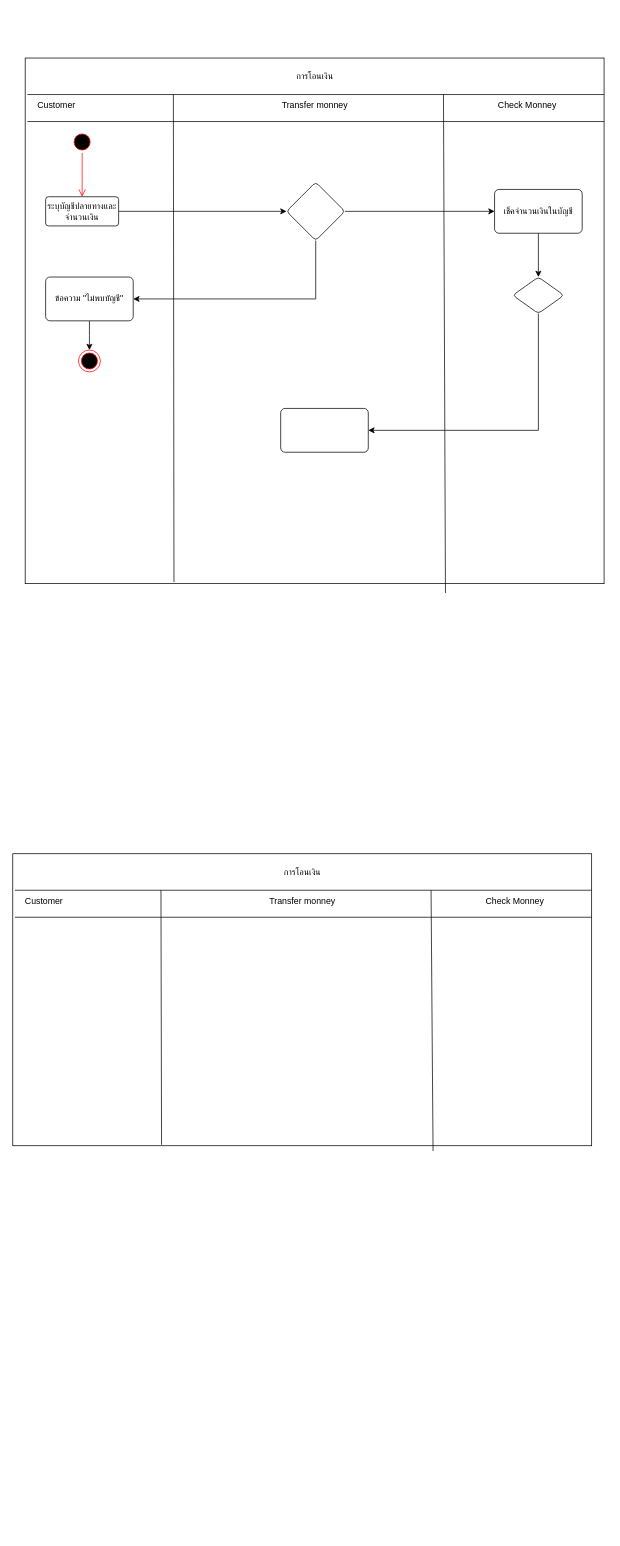
This is OOSELab4_Activity.drawio from Supatchai2003/OOSE-, a draw.io file, before an edit. Source tidied: cells renumbered, new cells numbered last; positions are measured from the earlier drawing's top-left corner, leaving out a move shared by most shapes. Both pictures are drawn from the tidied source at 73%, with x=0, y=0 at pixel (12, 58).
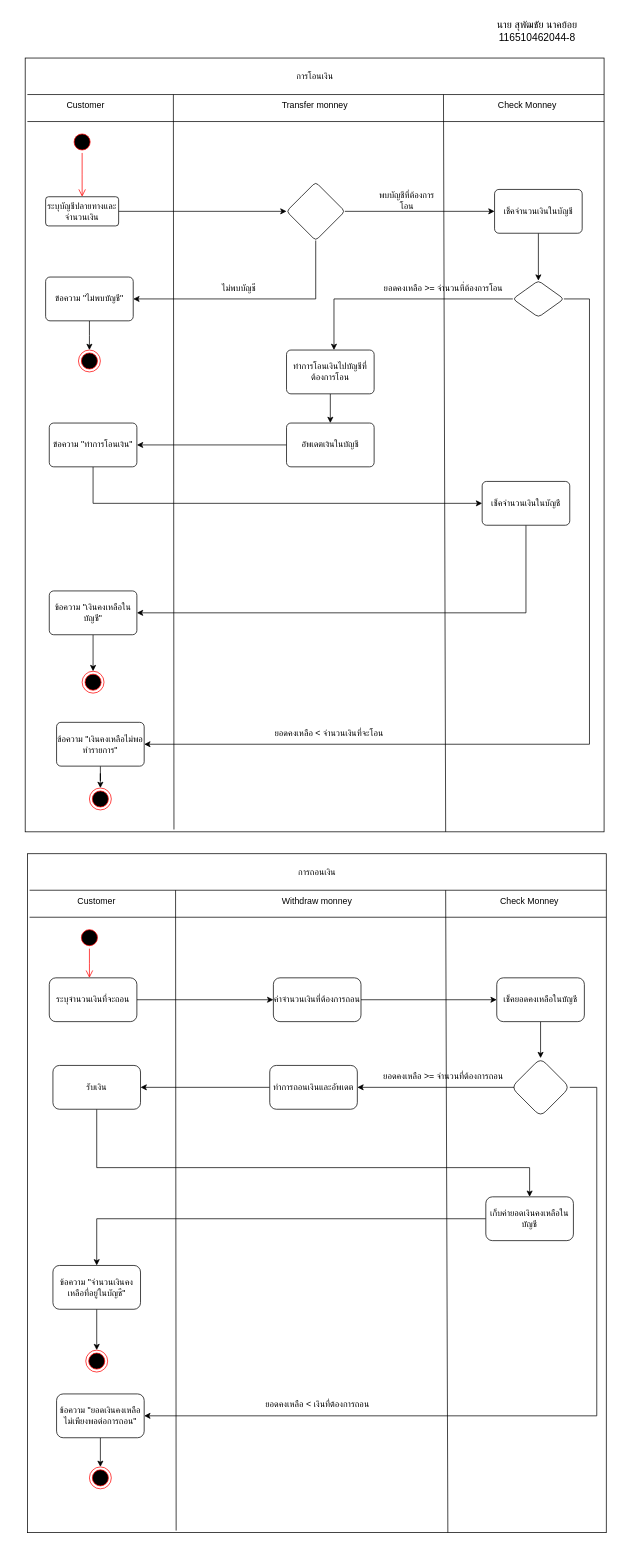
The same page after the edit.

The edit, as a diff of the source:
```diff
@@
     <mxCell id="2" style="rounded=0;whiteSpace=wrap;html=1;" parent="1" vertex="1">
-      <mxGeometry x="17" width="793" height="720" as="geometry" />
+      <mxGeometry x="17" width="793" height="1060" as="geometry" />
     </mxCell>
@@
     <mxCell id="6" value="Customer" style="text;html=1;align=center;verticalAlign=middle;whiteSpace=wrap;rounded=0;" parent="1" vertex="1">
-      <mxGeometry x="30" y="50" width="60" height="30" as="geometry" />
+      <mxGeometry x="70" y="50" width="60" height="30" as="geometry" />
     </mxCell>
@@
-    <mxCell id="10" style="endArrow=none;html=1;rounded=0;exitX=0.726;exitY=1.018;exitDx=0;exitDy=0;exitPerimeter=0;" parent="1" edge="1" source="2">
+    <mxCell id="10" style="endArrow=none;html=1;rounded=0;" parent="1" edge="1">
       <mxGeometry relative="1" as="geometry">
+        <mxPoint x="593" y="1060" as="sourcePoint" />
         <mxPoint x="590" y="50" as="targetPoint" />
       </mxGeometry>
     </mxCell>
     <mxCell id="11" style="rounded=0;whiteSpace=wrap;html=1;" parent="1" vertex="1">
-      <mxGeometry y="1090" width="793" height="400" as="geometry" />
+      <mxGeometry x="20" y="1090" width="793" height="930" as="geometry" />
     </mxCell>
     <mxCell id="12" style="endArrow=none;html=1;rounded=0;" parent="1" edge="1">
       <mxGeometry relative="1" as="geometry">
-        <mxPoint x="3" y="1140" as="sourcePoint" />
-        <mxPoint x="793" y="1140" as="targetPoint" />
+        <mxPoint x="23" y="1140" as="sourcePoint" />
+        <mxPoint x="813" y="1140" as="targetPoint" />
       </mxGeometry>
     </mxCell>
-    <mxCell id="13" value="การโอนเงิน" style="text;html=1;align=center;verticalAlign=middle;whiteSpace=wrap;rounded=0;" parent="1" vertex="1">
-      <mxGeometry x="367" y="1100" width="60" height="30" as="geometry" />
+    <mxCell id="13" value="การถอนเงิน" style="text;html=1;align=center;verticalAlign=middle;whiteSpace=wrap;rounded=0;" parent="1" vertex="1">
+      <mxGeometry x="387" y="1100" width="60" height="30" as="geometry" />
     </mxCell>
     <mxCell id="14" style="endArrow=none;html=1;rounded=0;" parent="1" edge="1">
       <mxGeometry relative="1" as="geometry">
-        <mxPoint x="3" y="1177" as="sourcePoint" />
-        <mxPoint x="793" y="1177" as="targetPoint" />
+        <mxPoint x="23" y="1177" as="sourcePoint" />
+        <mxPoint x="813" y="1177" as="targetPoint" />
       </mxGeometry>
     </mxCell>
     <mxCell id="15" value="Customer" style="text;html=1;align=center;verticalAlign=middle;whiteSpace=wrap;rounded=0;" parent="1" vertex="1">
-      <mxGeometry x="13" y="1140" width="60" height="30" as="geometry" />
+      <mxGeometry x="85" y="1140" width="60" height="30" as="geometry" />
     </mxCell>
-    <mxCell id="16" value="Transfer monney" style="text;html=1;align=center;verticalAlign=middle;whiteSpace=wrap;rounded=0;" parent="1" vertex="1">
-      <mxGeometry x="339" y="1140" width="116" height="30" as="geometry" />
+    <mxCell id="16" value="Withdraw monney" style="text;html=1;align=center;verticalAlign=middle;whiteSpace=wrap;rounded=0;" parent="1" vertex="1">
+      <mxGeometry x="359" y="1140" width="116" height="30" as="geometry" />
     </mxCell>
     <mxCell id="17" value="Check Monney" style="text;html=1;align=center;verticalAlign=middle;whiteSpace=wrap;rounded=0;" parent="1" vertex="1">
-      <mxGeometry x="643" y="1140" width="90" height="30" as="geometry" />
+      <mxGeometry x="663" y="1140" width="90" height="30" as="geometry" />
     </mxCell>
     <mxCell id="18" style="endArrow=none;html=1;rounded=0;exitX=0.257;exitY=0.997;exitDx=0;exitDy=0;exitPerimeter=0;" parent="1" edge="1" source="11">
       <mxGeometry relative="1" as="geometry">
-        <mxPoint x="203" y="1140" as="targetPoint" />
+        <mxPoint x="223" y="1140" as="targetPoint" />
       </mxGeometry>
     </mxCell>
-    <mxCell id="19" style="endArrow=none;html=1;rounded=0;exitX=0.726;exitY=1.018;exitDx=0;exitDy=0;exitPerimeter=0;" parent="1" edge="1" source="11">
+    <mxCell id="19" style="endArrow=none;html=1;rounded=0;" parent="1" edge="1">
       <mxGeometry relative="1" as="geometry">
-        <mxPoint x="573" y="1140" as="targetPoint" />
+        <mxPoint x="596" y="2020" as="sourcePoint" />
+        <mxPoint x="593" y="1140" as="targetPoint" />
       </mxGeometry>
     </mxCell>
@@
-    <mxCell id="31" style="edgeStyle=orthogonalEdgeStyle;rounded=0;jettySize=auto;html=1;" parent="1" edge="1" source="32" target="33">
+    <mxCell id="31" style="edgeStyle=orthogonalEdgeStyle;rounded=0;jettySize=auto;html=1;exitX=0;exitY=0.5;exitDx=0;exitDy=0;" parent="1" edge="1" source="32" target="33">
       <mxGeometry relative="1" as="geometry">
         <Array as="points">
-          <mxPoint x="720" y="510" />
+          <mxPoint x="685" y="330" />
+          <mxPoint x="440" y="330" />
         </Array>
       </mxGeometry>
     </mxCell>
+    <mxCell id="35" style="edgeStyle=orthogonalEdgeStyle;rounded=0;jettySize=auto;html=1;" parent="1" edge="1" source="32" target="45">
+      <mxGeometry relative="1" as="geometry">
+        <Array as="points">
+          <mxPoint x="790" y="330" />
+          <mxPoint x="790" y="940" />
+        </Array>
+      </mxGeometry>
+    </mxCell>
     <mxCell id="32" style="rhombus;whiteSpace=wrap;html=1;rounded=1;arcSize=10;" parent="1" vertex="1">
-      <mxGeometry x="685" y="300" width="70" height="50" as="geometry" />
+      <mxGeometry x="685" y="305" width="70" height="50" as="geometry" />
     </mxCell>
+    <mxCell id="36" style="edgeStyle=orthogonalEdgeStyle;rounded=0;jettySize=auto;html=1;" parent="1" edge="1" source="33" target="38">
+      <mxGeometry relative="1" as="geometry" />
+    </mxCell>
-    <mxCell id="33" style="whiteSpace=wrap;html=1;rounded=1;arcSize=10;" parent="1" vertex="1">
-      <mxGeometry x="367" y="480" width="120" height="60" as="geometry" />
+    <mxCell id="33" value="ทำการโอนเงินไปบัญชีที่ต้องการโอน" style="whiteSpace=wrap;html=1;rounded=1;arcSize=10;" parent="1" vertex="1">
+      <mxGeometry x="375" y="400" width="120" height="60" as="geometry" />
     </mxCell>
@@
+    <mxCell id="37" style="edgeStyle=orthogonalEdgeStyle;rounded=0;jettySize=auto;html=1;" parent="1" edge="1" source="38" target="40">
+      <mxGeometry relative="1" as="geometry" />
+    </mxCell>
+    <mxCell id="38" value="อัพเดตเงินในบัญชี" style="whiteSpace=wrap;html=1;rounded=1;arcSize=10;" parent="1" vertex="1">
+      <mxGeometry x="375" y="500" width="120" height="60" as="geometry" />
+    </mxCell>
+    <mxCell id="39" style="edgeStyle=orthogonalEdgeStyle;rounded=0;jettySize=auto;html=1;exitX=0.5;exitY=1;exitDx=0;exitDy=0;entryX=0;entryY=0.5;entryDx=0;entryDy=0;" parent="1" edge="1" source="40" target="42">
+      <mxGeometry relative="1" as="geometry">
+        <Array as="points">
+          <mxPoint x="110" y="610" />
+        </Array>
+      </mxGeometry>
+    </mxCell>
+    <mxCell id="40" value="ข้อความ &quot;ทำการโอนเงิน&quot;" style="whiteSpace=wrap;html=1;rounded=1;arcSize=10;" parent="1" vertex="1">
+      <mxGeometry x="50" y="500" width="120" height="60" as="geometry" />
+    </mxCell>
+    <mxCell id="41" style="edgeStyle=orthogonalEdgeStyle;rounded=0;jettySize=auto;html=1;" parent="1" edge="1" source="42" target="47">
+      <mxGeometry relative="1" as="geometry">
+        <Array as="points">
+          <mxPoint x="703" y="760" />
+        </Array>
+      </mxGeometry>
+    </mxCell>
+    <mxCell id="42" value="เช็คจำนวนเงินในบัญชี" style="whiteSpace=wrap;html=1;rounded=1;arcSize=10;" parent="1" vertex="1">
+      <mxGeometry x="643" y="580" width="120" height="60" as="geometry" />
+    </mxCell>
+    <mxCell id="43" style="edgeStyle=orthogonalEdgeStyle;rounded=0;orthogonalLoop=1;jettySize=auto;html=1;exitX=0.5;exitY=1;exitDx=0;exitDy=0;" parent="1" edge="1">
+      <mxGeometry relative="1" as="geometry">
+        <mxPoint x="433.5" y="1060" as="sourcePoint" />
+        <mxPoint x="433.5" y="1060" as="targetPoint" />
+      </mxGeometry>
+    </mxCell>
+    <mxCell id="44" style="edgeStyle=orthogonalEdgeStyle;rounded=0;jettySize=auto;html=1;" parent="1" edge="1" source="45" target="49">
+      <mxGeometry relative="1" as="geometry" />
+    </mxCell>
+    <mxCell id="45" value="ข้อความ &quot;เงินคงเหลือไม่พอทำรายการ&quot;" style="whiteSpace=wrap;html=1;rounded=1;arcSize=10;" parent="1" vertex="1">
+      <mxGeometry x="60" y="910" width="120" height="60" as="geometry" />
+    </mxCell>
+    <mxCell id="46" style="edgeStyle=orthogonalEdgeStyle;rounded=0;jettySize=auto;html=1;" parent="1" edge="1" source="47" target="48">
+      <mxGeometry relative="1" as="geometry" />
+    </mxCell>
+    <mxCell id="47" value="ข้อความ &quot;เงินคงเหลือในบัญชี&quot;" style="whiteSpace=wrap;html=1;rounded=1;arcSize=10;" parent="1" vertex="1">
+      <mxGeometry x="50" y="730" width="120" height="60" as="geometry" />
+    </mxCell>
+    <mxCell id="48" style="ellipse;html=1;shape=endState;fillColor=#000000;strokeColor=#ff0000;" parent="1" vertex="1">
+      <mxGeometry x="95" y="840" width="30" height="30" as="geometry" />
+    </mxCell>
+    <mxCell id="49" style="ellipse;html=1;shape=endState;fillColor=#000000;strokeColor=#ff0000;" parent="1" vertex="1">
+      <mxGeometry x="105" y="1000" width="30" height="30" as="geometry" />
+    </mxCell>
+    <mxCell id="50" value="นาย สุพัฒชัย นาคย้อย&lt;div&gt;116510462044-8&lt;/div&gt;" style="text;html=1;align=center;verticalAlign=middle;strokeColor=none;fillColor=none;fontSize=14;" parent="1" vertex="1">
+      <mxGeometry x="643" y="-62" width="150" height="50" as="geometry" />
+    </mxCell>
+    <mxCell id="51" style="ellipse;html=1;shape=startState;fillColor=#000000;strokeColor=#ff0000;" parent="1" vertex="1">
+      <mxGeometry x="90" y="1190" width="30" height="30" as="geometry" />
+    </mxCell>
+    <mxCell id="52" style="edgeStyle=orthogonalEdgeStyle;html=1;verticalAlign=bottom;endArrow=open;endSize=8;strokeColor=#ff0000;rounded=0;" parent="1" edge="1" source="51">
+      <mxGeometry relative="1" as="geometry">
+        <mxPoint x="105" y="1260" as="targetPoint" />
+      </mxGeometry>
+    </mxCell>
+    <mxCell id="53" style="edgeStyle=orthogonalEdgeStyle;rounded=0;jettySize=auto;html=1;" parent="1" edge="1" source="54" target="56">
+      <mxGeometry relative="1" as="geometry" />
+    </mxCell>
+    <mxCell id="54" value="ระบุจำนวนเงินที่จะถอน" style="rounded=1;whiteSpace=wrap;html=1;" parent="1" vertex="1">
+      <mxGeometry x="50" y="1260" width="120" height="60" as="geometry" />
+    </mxCell>
+    <mxCell id="55" style="edgeStyle=orthogonalEdgeStyle;rounded=0;jettySize=auto;html=1;" parent="1" edge="1" source="56" target="58">
+      <mxGeometry relative="1" as="geometry" />
+    </mxCell>
+    <mxCell id="56" value="ค่าจำนวนเงินที่ต้องการถอน" style="whiteSpace=wrap;html=1;rounded=1;" parent="1" vertex="1">
+      <mxGeometry x="357" y="1260" width="120" height="60" as="geometry" />
+    </mxCell>
+    <mxCell id="57" style="edgeStyle=orthogonalEdgeStyle;rounded=0;jettySize=auto;html=1;entryX=0.5;entryY=0;entryDx=0;entryDy=0;" parent="1" edge="1" source="58" target="61">
+      <mxGeometry relative="1" as="geometry">
+        <Array as="points">
+          <mxPoint x="723" y="1360" />
+          <mxPoint x="723" y="1360" />
+        </Array>
+      </mxGeometry>
+    </mxCell>
+    <mxCell id="58" value="เช็คยอดคงเหลือในบัญชี" style="whiteSpace=wrap;html=1;rounded=1;" parent="1" vertex="1">
+      <mxGeometry x="663" y="1260" width="120" height="60" as="geometry" />
+    </mxCell>
+    <mxCell id="59" style="edgeStyle=orthogonalEdgeStyle;rounded=0;jettySize=auto;html=1;exitX=0.064;exitY=0.518;exitDx=0;exitDy=0;exitPerimeter=0;" parent="1" edge="1" source="61" target="63">
+      <mxGeometry relative="1" as="geometry">
+        <Array as="points">
+          <mxPoint x="688" y="1410" />
+          <mxPoint x="416" y="1410" />
+        </Array>
+      </mxGeometry>
+    </mxCell>
+    <mxCell id="60" style="edgeStyle=orthogonalEdgeStyle;rounded=0;jettySize=auto;html=1;" parent="1" edge="1" source="61" target="71">
+      <mxGeometry relative="1" as="geometry">
+        <Array as="points">
+          <mxPoint x="800" y="1410" />
+          <mxPoint x="800" y="1860" />
+        </Array>
+      </mxGeometry>
+    </mxCell>
+    <mxCell id="61" style="rhombus;whiteSpace=wrap;html=1;rounded=1;" parent="1" vertex="1">
+      <mxGeometry x="683" y="1370" width="80" height="80" as="geometry" />
+    </mxCell>
+    <mxCell id="62" style="edgeStyle=orthogonalEdgeStyle;rounded=0;jettySize=auto;html=1;" parent="1" edge="1" source="63" target="65">
+      <mxGeometry relative="1" as="geometry" />
+    </mxCell>
+    <mxCell id="63" value="ทำการถอนเงินและอัพเดต" style="whiteSpace=wrap;html=1;rounded=1;" parent="1" vertex="1">
+      <mxGeometry x="352" y="1380" width="120" height="60" as="geometry" />
+    </mxCell>
+    <mxCell id="64" style="edgeStyle=orthogonalEdgeStyle;rounded=0;jettySize=auto;html=1;" parent="1" edge="1" source="65" target="67">
+      <mxGeometry relative="1" as="geometry">
+        <Array as="points">
+          <mxPoint x="115" y="1520" />
+          <mxPoint x="708" y="1520" />
+        </Array>
+      </mxGeometry>
+    </mxCell>
+    <mxCell id="65" value="รับเงิน" style="whiteSpace=wrap;html=1;rounded=1;" parent="1" vertex="1">
+      <mxGeometry x="55" y="1380" width="120" height="60" as="geometry" />
+    </mxCell>
+    <mxCell id="66" style="edgeStyle=orthogonalEdgeStyle;rounded=0;jettySize=auto;html=1;" parent="1" edge="1" source="67" target="69">
+      <mxGeometry relative="1" as="geometry" />
+    </mxCell>
+    <mxCell id="67" value="เก็บค่ายอดเงินคงเหลือในบัญชี" style="whiteSpace=wrap;html=1;rounded=1;" parent="1" vertex="1">
+      <mxGeometry x="648" y="1560" width="120" height="60" as="geometry" />
+    </mxCell>
+    <mxCell id="68" style="edgeStyle=orthogonalEdgeStyle;rounded=0;jettySize=auto;html=1;" parent="1" edge="1" source="69" target="72">
+      <mxGeometry relative="1" as="geometry" />
+    </mxCell>
+    <mxCell id="69" value="ข้อความ &quot;จำนวนเงินคงเหลือที่อยู่ในบัญชี&quot;" style="whiteSpace=wrap;html=1;rounded=1;" parent="1" vertex="1">
+      <mxGeometry x="55" y="1654" width="120" height="60" as="geometry" />
+    </mxCell>
+    <mxCell id="70" style="edgeStyle=orthogonalEdgeStyle;rounded=0;jettySize=auto;html=1;" parent="1" edge="1" source="71" target="73">
+      <mxGeometry relative="1" as="geometry" />
+    </mxCell>
+    <mxCell id="71" value="ข้อความ &quot;ยอดเงินคงเหลือไม่เพียงพอต่อการถอน&quot;" style="whiteSpace=wrap;html=1;rounded=1;" parent="1" vertex="1">
+      <mxGeometry x="60" y="1830" width="120" height="60" as="geometry" />
+    </mxCell>
+    <mxCell id="72" style="ellipse;html=1;shape=endState;fillColor=#000000;strokeColor=#ff0000;" parent="1" vertex="1">
+      <mxGeometry x="100" y="1770" width="30" height="30" as="geometry" />
+    </mxCell>
+    <mxCell id="73" style="ellipse;html=1;shape=endState;fillColor=#000000;strokeColor=#ff0000;" parent="1" vertex="1">
+      <mxGeometry x="105" y="1930" width="30" height="30" as="geometry" />
+    </mxCell>
+    <mxCell id="74" value="ยอดคงเหลือ &amp;gt;= จำนวนที่ต้องการถอน" style="text;html=1;align=center;verticalAlign=middle;whiteSpace=wrap;rounded=0;" parent="1" vertex="1">
+      <mxGeometry x="475" y="1380" width="230" height="30" as="geometry" />
+    </mxCell>
+    <mxCell id="75" value="ยอดคงเหลือ &amp;lt; เงินที่ต้องการถอน" style="text;html=1;align=center;verticalAlign=middle;whiteSpace=wrap;rounded=0;" parent="1" vertex="1">
+      <mxGeometry x="304.5" y="1830" width="225" height="30" as="geometry" />
+    </mxCell>
+    <mxCell id="76" value="พบบัญชีที่ต้องการโอน" style="text;html=1;align=center;verticalAlign=middle;whiteSpace=wrap;rounded=0;" parent="1" vertex="1">
+      <mxGeometry x="500" y="180" width="80" height="30" as="geometry" />
+    </mxCell>
+    <mxCell id="77" value="ไม่พบบัญชี" style="text;html=1;align=center;verticalAlign=middle;whiteSpace=wrap;rounded=0;" parent="1" vertex="1">
+      <mxGeometry x="280" y="300" width="60" height="30" as="geometry" />
+    </mxCell>
+    <mxCell id="78" value="ยอดคงเหลือ &amp;gt;= จำนวนที่ต้องการโอน" style="text;html=1;align=center;verticalAlign=middle;whiteSpace=wrap;rounded=0;" parent="1" vertex="1">
+      <mxGeometry x="480" y="300" width="220" height="30" as="geometry" />
+    </mxCell>
+    <mxCell id="79" value="ยอดคงเหลือ &amp;lt; จำนวนเงินที่จะโอน" style="text;html=1;align=center;verticalAlign=middle;whiteSpace=wrap;rounded=0;" parent="1" vertex="1">
+      <mxGeometry x="336.5" y="910" width="193" height="30" as="geometry" />
+    </mxCell>
```
